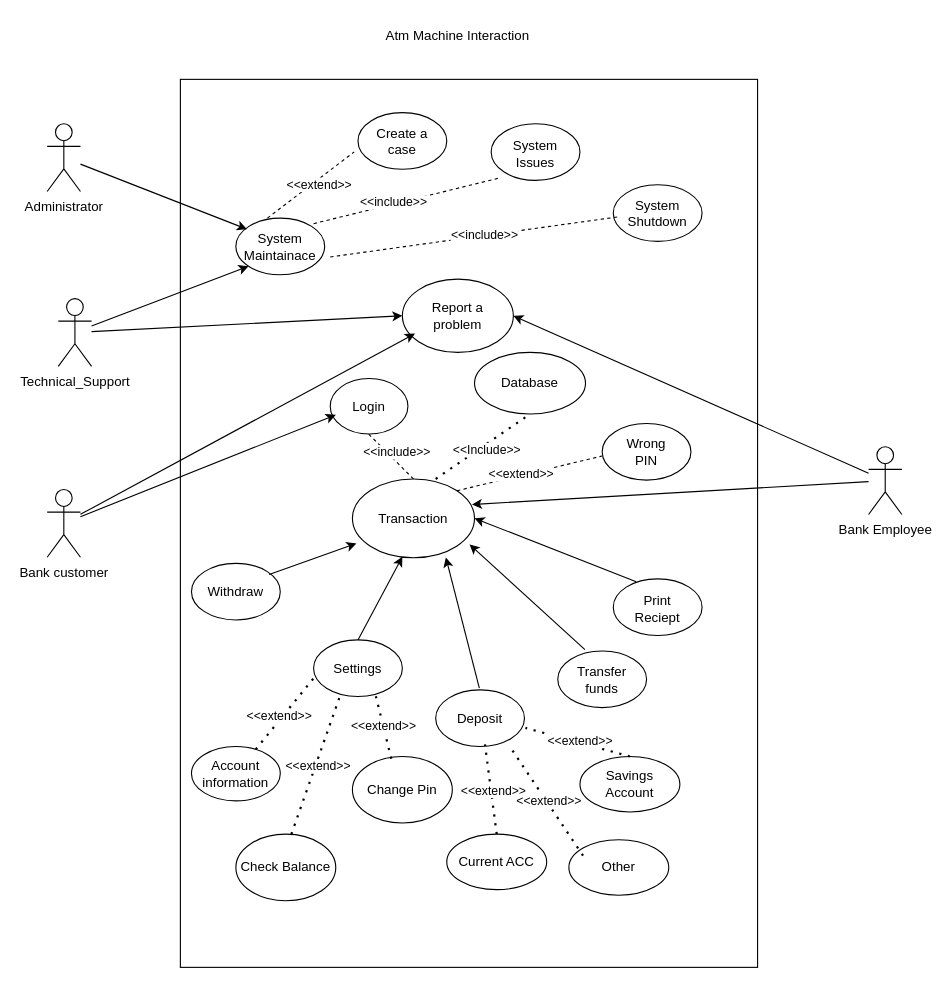
AjaySoni-gh/fst-repo keeps this draw.io diagram as bank.drawio. Above is the earlier version. Source tidied: cells renumbered, new cells numbered last; positions are measured from the earlier drawing's top-left corner, leaving out a move shared by most shapes. Both pictures are drawn from the tidied source at 111%, with x=0, y=0 at pixel (47, 19).
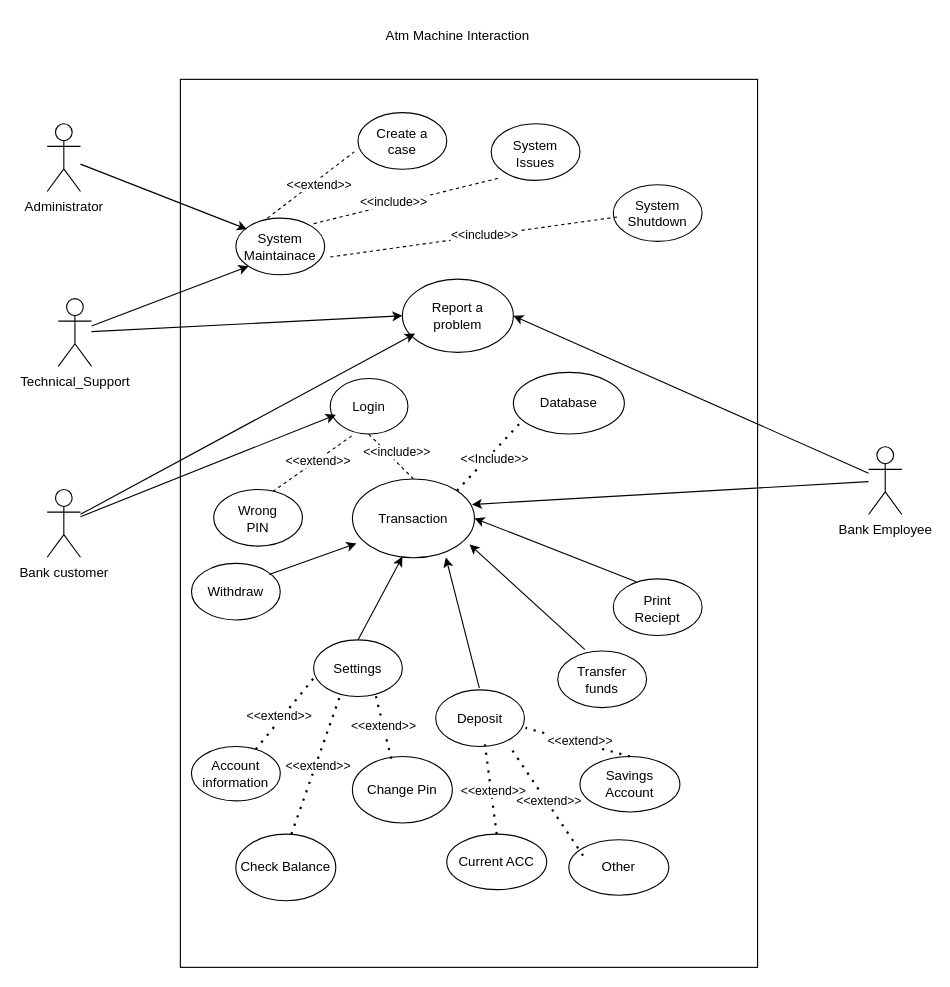
The same page after the edit.

The change refers to these unchanged cells:
```xml
<mxCell id="9" style="ellipse;whiteSpace=wrap;html=1;" parent="1" vertex="1">
  <mxGeometry x="275" y="414" width="110" height="71" as="geometry" />
</mxCell>
<mxCell id="34" value="Login" style="text;html=1;align=center;verticalAlign=middle;whiteSpace=wrap;rounded=0;" parent="1" vertex="1">
  <mxGeometry x="260" y="333" width="60" height="31" as="geometry" />
</mxCell>
```

Change to the diagram source:
```diff
@@
     <mxCell id="14" style="ellipse;whiteSpace=wrap;html=1;" parent="1" vertex="1">
-      <mxGeometry x="500" y="364" width="80" height="51" as="geometry" />
+      <mxGeometry x="150" y="423.5" width="80" height="51" as="geometry" />
     </mxCell>
@@
     <mxCell id="23" value="Wrong PIN" style="text;html=1;align=center;verticalAlign=middle;whiteSpace=wrap;rounded=0;" parent="1" vertex="1">
-      <mxGeometry x="510" y="374" width="60" height="31" as="geometry" />
+      <mxGeometry x="160" y="434" width="60" height="31" as="geometry" />
     </mxCell>
@@
-    <mxCell id="37" style="endArrow=none;dashed=1;html=1;rounded=0;entryX=-0.167;entryY=0.622;entryDx=0;entryDy=0;entryPerimeter=0;exitX=1;exitY=0;exitDx=0;exitDy=0;" parent="1" edge="1">
-      <mxGeometry relative="1" as="geometry">
-        <mxPoint x="369.2" y="424.6" as="sourcePoint" />
-        <mxPoint x="500" y="393.3" as="targetPoint" />
-      </mxGeometry>
+    <mxCell id="37" style="endArrow=none;dashed=1;html=1;rounded=0;exitX=0.239;exitY=1.362;exitDx=0;exitDy=0;exitPerimeter=0;entryX=0.67;entryY=0.03;entryDx=0;entryDy=0;entryPerimeter=0;" parent="1" edge="1" source="34" target="14">
+      <mxGeometry relative="1" as="geometry" />
     </mxCell>
@@
     <mxCell id="64" value="Database" style="ellipse;whiteSpace=wrap;html=1;" parent="1" vertex="1">
-      <mxGeometry x="385" y="300" width="100" height="55.5" as="geometry" />
+      <mxGeometry x="420" y="318" width="100" height="55.5" as="geometry" />
     </mxCell>
-    <mxCell id="65" style="endArrow=none;dashed=1;html=1;dashPattern=1 3;strokeWidth=2;rounded=0;entryX=0.5;entryY=1;entryDx=0;entryDy=0;" parent="1" edge="1" target="64">
-      <mxGeometry relative="1" as="geometry">
-        <mxPoint x="350" y="414" as="sourcePoint" />
-      </mxGeometry>
+    <mxCell id="65" style="endArrow=none;dashed=1;html=1;dashPattern=1 3;strokeWidth=2;rounded=0;entryX=0.086;entryY=0.774;entryDx=0;entryDy=0;entryPerimeter=0;exitX=1;exitY=0;exitDx=0;exitDy=0;" parent="1" edge="1" source="9" target="64">
+      <mxGeometry relative="1" as="geometry" />
     </mxCell>
```
